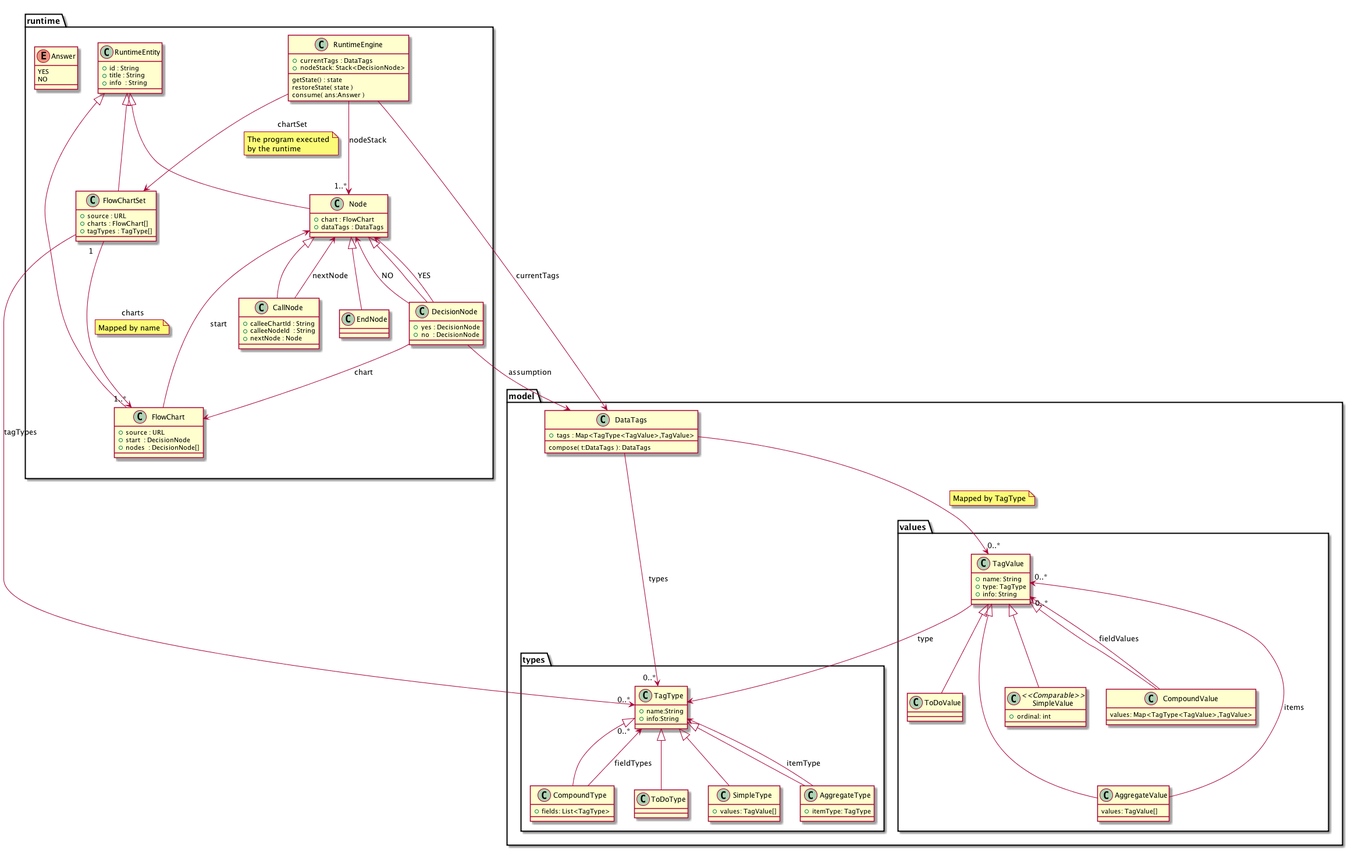
The PlantUML diagram DataTagsLib/DOCS/classes.png in IQSS/DataTaggingLibrary, before a commit.
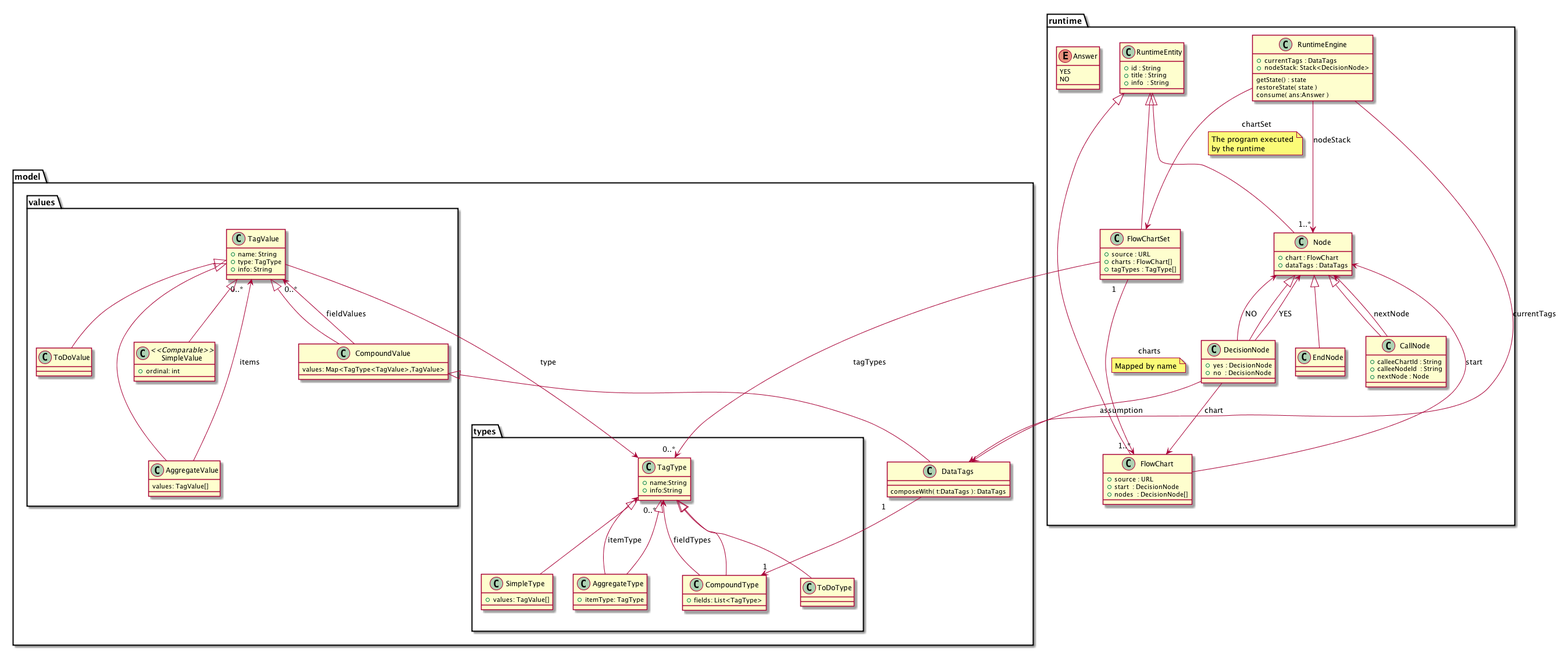
After the change.

Commit message:
Refactored the DataTags to be a subtype of CompoundType

What changed in the source:
```diff
@@ -1,4 +1,56 @@
 @startuml
+
+package model {
+	class DataTags {
+		composeWith( t:DataTags ): DataTags
+	}
+
+	package types {
+		class TagType {
+			+ name:String
+			+ info:String
+		}
+
+		class ToDoType {
+
+		}
+
+		class SimpleType {
+			+ values: TagValue[]
+		}
+
+		class AggregateType {
+			+ itemType: TagType
+		}
+
+		class CompoundType {
+			+ fields: List<TagType>
+		}
+	}
+	package values {
+		class TagValue {
+			+ name: String
+			+ type: TagType
+			+ info: String
+		}
+
+		class SimpleValue <<Comparable>> {
+			+ ordinal: int
+		}
+
+		class ToDoValue {
+
+		}
+
+		class AggregateValue {
+			values: TagValue[]
+		}
+
+		class CompoundValue {
+			values: Map<TagType<TagValue>,TagValue>
+		}
+	}
+}
 
 package runtime {
 	class RuntimeEngine {
@@ -51,59 +103,6 @@
 	}
 }
 
-package model {
-	class DataTags {
-		+ tags : Map<TagType<TagValue>,TagValue>
-		compose( t:DataTags ): DataTags
-	}
-
-	package types {
-		class TagType {
-			+ name:String
-			+ info:String
-		}
-
-		class ToDoType {
-
-		}
-
-		class SimpleType {
-			+ values: TagValue[]
-		}
-
-		class AggregateType {
-			+ itemType: TagType
-		}
-
-		class CompoundType {
-			+ fields: List<TagType>
-		}
-	}
-	package values {
-		class TagValue {
-			+ name: String
-			+ type: TagType
-			+ info: String
-		}
-
-		class SimpleValue <<Comparable>> {
-			+ ordinal: int
-		}
-
-		class ToDoValue {
-
-		}
-
-		class AggregateValue {
-			values: TagValue[]
-		}
-
-		class CompoundValue {
-			values: Map<TagType<TagValue>,TagValue>
-		}
-	}
-}
-
 RuntimeEngine --> DataTags : currentTags
 RuntimeEngine --> "1..*" Node : nodeStack
 
@@ -128,6 +127,8 @@
 TagValue <|-- CompoundValue
 TagValue <|-- SimpleValue
 
+CompoundValue <|-- DataTags
+
 FlowChartSet "1" --> "1..*" FlowChart : charts
 note on link: Mapped by name
 
@@ -139,9 +140,7 @@
 DecisionNode --> FlowChart : chart
 DecisionNode --> DataTags : assumption
 
-DataTags --> "0..*" TagType : types
-DataTags --> "0..*" TagValue
-note on link: Mapped by TagType
+DataTags "1" --> "1" CompoundType
 
 AggregateValue ---> "0..*" TagValue : items
 
@@ -155,6 +154,4 @@
 
 TagValue --> TagType : type
 
-
-
 @enduml
```
